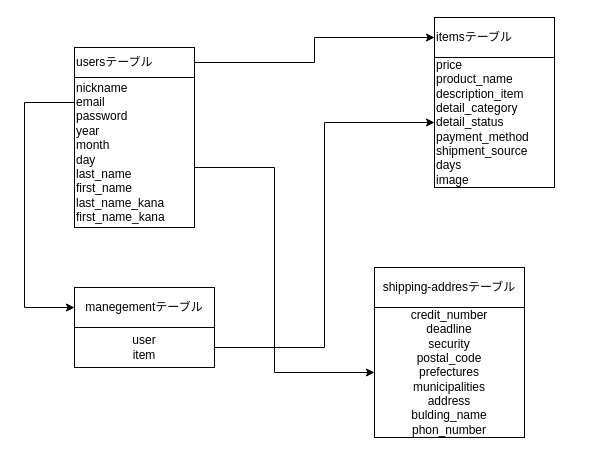
noguchi-takanori/furima-36054 keeps this draw.io diagram as sekkei.dio. Above is the earlier version. Source tidied: cells renumbered, new cells numbered last; positions are measured from the earlier drawing's top-left corner, leaving out a move shared by most shapes. Both pictures are drawn from the tidied source at 100%, with x=0, y=0 at pixel (24, 17).
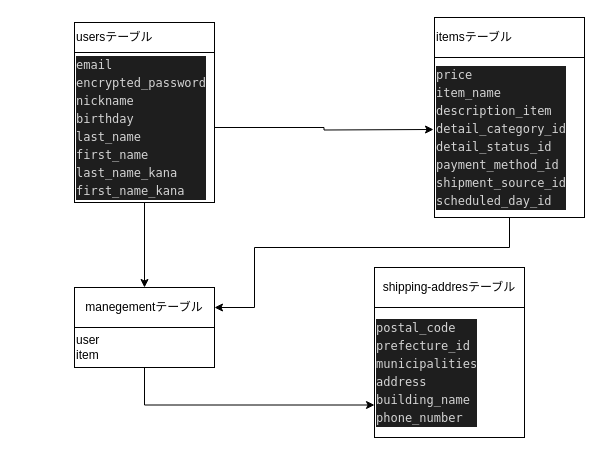
Above is the later version.

What changed in the source:
```diff
@@
 <mxGraphModel>
   <root>
     <mxCell id="0" />
     <mxCell id="1" parent="0" />
-    <mxCell id="2" style="edgeStyle=orthogonalEdgeStyle;rounded=0;jettySize=auto;html=1;exitX=1;exitY=0.5;exitDx=0;exitDy=0;entryX=0;entryY=0.5;entryDx=0;entryDy=0;" parent="1" edge="1" source="3" target="7">
-      <mxGeometry relative="1" as="geometry" />
-    </mxCell>
     <mxCell id="3" value="usersテーブル" style="rounded=0;whiteSpace=wrap;html=1;align=left;" parent="1" vertex="1">
-      <mxGeometry x="50" y="30" width="120" height="30" as="geometry" />
+      <mxGeometry x="50" y="5" width="140" height="30" as="geometry" />
     </mxCell>
-    <mxCell id="4" style="edgeStyle=orthogonalEdgeStyle;rounded=0;jettySize=auto;html=1;entryX=0;entryY=0.5;entryDx=0;entryDy=0;exitX=0;exitY=0.5;exitDx=0;exitDy=0;" parent="1" edge="1" source="6" target="9">
-      <mxGeometry relative="1" as="geometry">
-        <Array as="points">
-          <mxPoint x="50" y="85" />
-          <mxPoint y="85" />
-          <mxPoint y="290" />
-        </Array>
-      </mxGeometry>
+    <mxCell id="4" style="edgeStyle=orthogonalEdgeStyle;rounded=0;jettySize=auto;html=1;exitX=0.5;exitY=1;exitDx=0;exitDy=0;entryX=0.5;entryY=0;entryDx=0;entryDy=0;" parent="1" edge="1" source="6" target="9">
+      <mxGeometry relative="1" as="geometry" />
     </mxCell>
-    <mxCell id="5" style="edgeStyle=orthogonalEdgeStyle;rounded=0;jettySize=auto;html=1;exitX=0.5;exitY=1;exitDx=0;exitDy=0;entryX=0;entryY=0.5;entryDx=0;entryDy=0;" parent="1" edge="1" source="6" target="13">
-      <mxGeometry relative="1" as="geometry">
-        <Array as="points">
-          <mxPoint x="110" y="150" />
-          <mxPoint x="250" y="150" />
-          <mxPoint x="250" y="355" />
-        </Array>
-      </mxGeometry>
-    </mxCell>
+    <mxCell id="14" style="edgeStyle=orthogonalEdgeStyle;rounded=0;jettySize=auto;html=1;exitX=1;exitY=0.5;exitDx=0;exitDy=0;" parent="1" edge="1" source="6">
+      <mxGeometry relative="1" as="geometry">
+        <mxPoint x="409" y="112" as="targetPoint" />
+      </mxGeometry>
+    </mxCell>
-    <mxCell id="6" value="nickname&lt;br&gt;email&lt;br&gt;password&lt;br&gt;year&lt;br&gt;month&lt;br&gt;day&lt;br&gt;last_name&lt;br&gt;first_name&lt;br&gt;last_name_kana&lt;br&gt;first_name_kana" style="rounded=0;whiteSpace=wrap;html=1;align=left;" parent="1" vertex="1">
-      <mxGeometry x="50" y="60" width="120" height="150" as="geometry" />
+    <mxCell id="6" value="&lt;div style=&quot;color: rgb(212 , 212 , 212) ; background-color: rgb(30 , 30 , 30) ; font-family: &amp;#34;menlo&amp;#34; , &amp;#34;monaco&amp;#34; , &amp;#34;courier new&amp;#34; , monospace ; line-height: 18px&quot;&gt;email&lt;/div&gt;&lt;div style=&quot;color: rgb(212 , 212 , 212) ; background-color: rgb(30 , 30 , 30) ; font-family: &amp;#34;menlo&amp;#34; , &amp;#34;monaco&amp;#34; , &amp;#34;courier new&amp;#34; , monospace ; line-height: 18px&quot;&gt;&lt;div style=&quot;font-family: &amp;#34;menlo&amp;#34; , &amp;#34;monaco&amp;#34; , &amp;#34;courier new&amp;#34; , monospace ; line-height: 18px&quot;&gt;encrypted_password&lt;/div&gt;&lt;div style=&quot;font-family: &amp;#34;menlo&amp;#34; , &amp;#34;monaco&amp;#34; , &amp;#34;courier new&amp;#34; , monospace ; line-height: 18px&quot;&gt;&lt;div style=&quot;font-family: &amp;#34;menlo&amp;#34; , &amp;#34;monaco&amp;#34; , &amp;#34;courier new&amp;#34; , monospace ; line-height: 18px&quot;&gt;nickname&lt;/div&gt;&lt;div style=&quot;font-family: &amp;#34;menlo&amp;#34; , &amp;#34;monaco&amp;#34; , &amp;#34;courier new&amp;#34; , monospace ; line-height: 18px&quot;&gt;&lt;div style=&quot;line-height: 18px&quot;&gt;birthday&lt;/div&gt;&lt;div style=&quot;line-height: 18px&quot;&gt;&lt;div style=&quot;line-height: 18px&quot;&gt;last_name&lt;/div&gt;&lt;div style=&quot;line-height: 18px&quot;&gt;&lt;div style=&quot;line-height: 18px&quot;&gt;first_name&lt;/div&gt;&lt;div style=&quot;line-height: 18px&quot;&gt;&lt;div style=&quot;line-height: 18px&quot;&gt;last_name_kana&lt;/div&gt;&lt;div style=&quot;line-height: 18px&quot;&gt;&lt;div style=&quot;line-height: 18px&quot;&gt;first_name_kana&lt;/div&gt;&lt;/div&gt;&lt;/div&gt;&lt;/div&gt;&lt;/div&gt;&lt;/div&gt;&lt;/div&gt;&lt;/div&gt;" style="rounded=0;whiteSpace=wrap;html=1;align=left;" parent="1" vertex="1">
+      <mxGeometry x="50" y="35" width="140" height="150" as="geometry" />
     </mxCell>
     <mxCell id="7" value="itemsテーブル" style="rounded=0;whiteSpace=wrap;html=1;align=left;" parent="1" vertex="1">
-      <mxGeometry x="410" width="120" height="40" as="geometry" />
+      <mxGeometry x="410" width="150" height="40" as="geometry" />
     </mxCell>
+    <mxCell id="15" style="edgeStyle=orthogonalEdgeStyle;rounded=0;jettySize=auto;html=1;exitX=0.5;exitY=1;exitDx=0;exitDy=0;entryX=1;entryY=0.5;entryDx=0;entryDy=0;" parent="1" edge="1" source="8" target="9">
+      <mxGeometry relative="1" as="geometry">
+        <Array as="points">
+          <mxPoint x="485" y="230" />
+          <mxPoint x="230" y="230" />
+          <mxPoint x="230" y="290" />
+        </Array>
+      </mxGeometry>
+    </mxCell>
-    <mxCell id="8" value="price&lt;br&gt;product_name&lt;br&gt;description_item&lt;br&gt;detail_category&lt;br&gt;detail_status&lt;br&gt;payment_method&lt;br&gt;shipment_source&lt;br&gt;days&lt;br&gt;image" style="rounded=0;whiteSpace=wrap;html=1;align=left;" parent="1" vertex="1">
-      <mxGeometry x="410" y="40" width="120" height="130" as="geometry" />
+    <mxCell id="8" value="&lt;div style=&quot;color: rgb(212 , 212 , 212) ; background-color: rgb(30 , 30 , 30) ; font-family: &amp;#34;menlo&amp;#34; , &amp;#34;monaco&amp;#34; , &amp;#34;courier new&amp;#34; , monospace ; line-height: 18px&quot;&gt;price&lt;/div&gt;&lt;div style=&quot;color: rgb(212 , 212 , 212) ; background-color: rgb(30 , 30 , 30) ; font-family: &amp;#34;menlo&amp;#34; , &amp;#34;monaco&amp;#34; , &amp;#34;courier new&amp;#34; , monospace ; line-height: 18px&quot;&gt;&lt;div style=&quot;font-family: &amp;#34;menlo&amp;#34; , &amp;#34;monaco&amp;#34; , &amp;#34;courier new&amp;#34; , monospace ; line-height: 18px&quot;&gt;item_name&lt;/div&gt;&lt;div style=&quot;font-family: &amp;#34;menlo&amp;#34; , &amp;#34;monaco&amp;#34; , &amp;#34;courier new&amp;#34; , monospace ; line-height: 18px&quot;&gt;&lt;div style=&quot;line-height: 18px&quot;&gt;description_item&lt;/div&gt;&lt;div style=&quot;line-height: 18px&quot;&gt;&lt;div style=&quot;line-height: 18px&quot;&gt;detail_category_id&lt;/div&gt;&lt;div style=&quot;line-height: 18px&quot;&gt;&lt;div style=&quot;line-height: 18px&quot;&gt;detail_status_id&lt;/div&gt;&lt;/div&gt;&lt;/div&gt;&lt;/div&gt;&lt;div style=&quot;font-family: &amp;#34;menlo&amp;#34; , &amp;#34;monaco&amp;#34; , &amp;#34;courier new&amp;#34; , monospace ; line-height: 18px&quot;&gt;&lt;div style=&quot;line-height: 18px&quot;&gt;payment_method_id&lt;/div&gt;&lt;div style=&quot;line-height: 18px&quot;&gt;&lt;div style=&quot;line-height: 18px&quot;&gt;shipment_source_id&lt;/div&gt;&lt;div style=&quot;line-height: 18px&quot;&gt;&lt;div style=&quot;line-height: 18px&quot;&gt;scheduled_day_id&lt;/div&gt;&lt;/div&gt;&lt;/div&gt;&lt;/div&gt;&lt;/div&gt;" style="rounded=0;whiteSpace=wrap;html=1;align=left;" parent="1" vertex="1">
+      <mxGeometry x="410" y="40" width="150" height="160" as="geometry" />
     </mxCell>
     <mxCell id="9" value="manegementテーブル" style="rounded=0;whiteSpace=wrap;html=1;" parent="1" vertex="1">
       <mxGeometry x="50" y="270" width="140" height="40" as="geometry" />
     </mxCell>
-    <mxCell id="10" style="edgeStyle=orthogonalEdgeStyle;rounded=0;jettySize=auto;html=1;exitX=1;exitY=0.5;exitDx=0;exitDy=0;entryX=0;entryY=0.5;entryDx=0;entryDy=0;" parent="1" edge="1" source="11" target="8">
-      <mxGeometry relative="1" as="geometry" />
-    </mxCell>
+    <mxCell id="16" style="edgeStyle=orthogonalEdgeStyle;rounded=0;jettySize=auto;html=1;exitX=0.5;exitY=1;exitDx=0;exitDy=0;entryX=0;entryY=0.75;entryDx=0;entryDy=0;" parent="1" edge="1" source="11" target="13">
+      <mxGeometry relative="1" as="geometry" />
+    </mxCell>
-    <mxCell id="11" value="user&lt;br&gt;item" style="rounded=0;whiteSpace=wrap;html=1;" parent="1" vertex="1">
+    <mxCell id="11" value="user&lt;br&gt;&lt;div&gt;&lt;span&gt;item&lt;/span&gt;&lt;/div&gt;" style="rounded=0;whiteSpace=wrap;html=1;align=left;" parent="1" vertex="1">
       <mxGeometry x="50" y="310" width="140" height="40" as="geometry" />
     </mxCell>
     <mxCell id="12" value="shipping-addresテーブル" style="rounded=0;whiteSpace=wrap;html=1;" parent="1" vertex="1">
       <mxGeometry x="350" y="250" width="150" height="40" as="geometry" />
     </mxCell>
-    <mxCell id="13" value="credit_number&lt;br&gt;deadline&lt;br&gt;security&lt;br&gt;postal_code&lt;br&gt;prefectures&lt;br&gt;municipalities&lt;br&gt;address&lt;br&gt;bulding_name&lt;br&gt;phon_number" style="rounded=0;whiteSpace=wrap;html=1;" parent="1" vertex="1">
+    <mxCell id="13" value="&lt;div style=&quot;color: rgb(212 , 212 , 212) ; background-color: rgb(30 , 30 , 30) ; font-family: &amp;#34;menlo&amp;#34; , &amp;#34;monaco&amp;#34; , &amp;#34;courier new&amp;#34; , monospace ; line-height: 18px&quot;&gt;postal_code&lt;/div&gt;&lt;div style=&quot;color: rgb(212 , 212 , 212) ; background-color: rgb(30 , 30 , 30) ; font-family: &amp;#34;menlo&amp;#34; , &amp;#34;monaco&amp;#34; , &amp;#34;courier new&amp;#34; , monospace ; line-height: 18px&quot;&gt;&lt;div style=&quot;line-height: 18px&quot;&gt;prefecture_id&lt;/div&gt;&lt;div style=&quot;line-height: 18px&quot;&gt;&lt;div style=&quot;line-height: 18px&quot;&gt;municipalities&lt;/div&gt;&lt;div style=&quot;line-height: 18px&quot;&gt;&lt;div style=&quot;line-height: 18px&quot;&gt;address&lt;/div&gt;&lt;div style=&quot;line-height: 18px&quot;&gt;&lt;div style=&quot;line-height: 18px&quot;&gt;building_name&lt;/div&gt;&lt;div style=&quot;line-height: 18px&quot;&gt;&lt;div style=&quot;line-height: 18px&quot;&gt;phone_number&lt;/div&gt;&lt;/div&gt;&lt;/div&gt;&lt;/div&gt;&lt;/div&gt;&lt;/div&gt;" style="rounded=0;whiteSpace=wrap;html=1;align=left;" parent="1" vertex="1">
       <mxGeometry x="350" y="290" width="150" height="130" as="geometry" />
     </mxCell>
   </root>
 </mxGraphModel>
```
